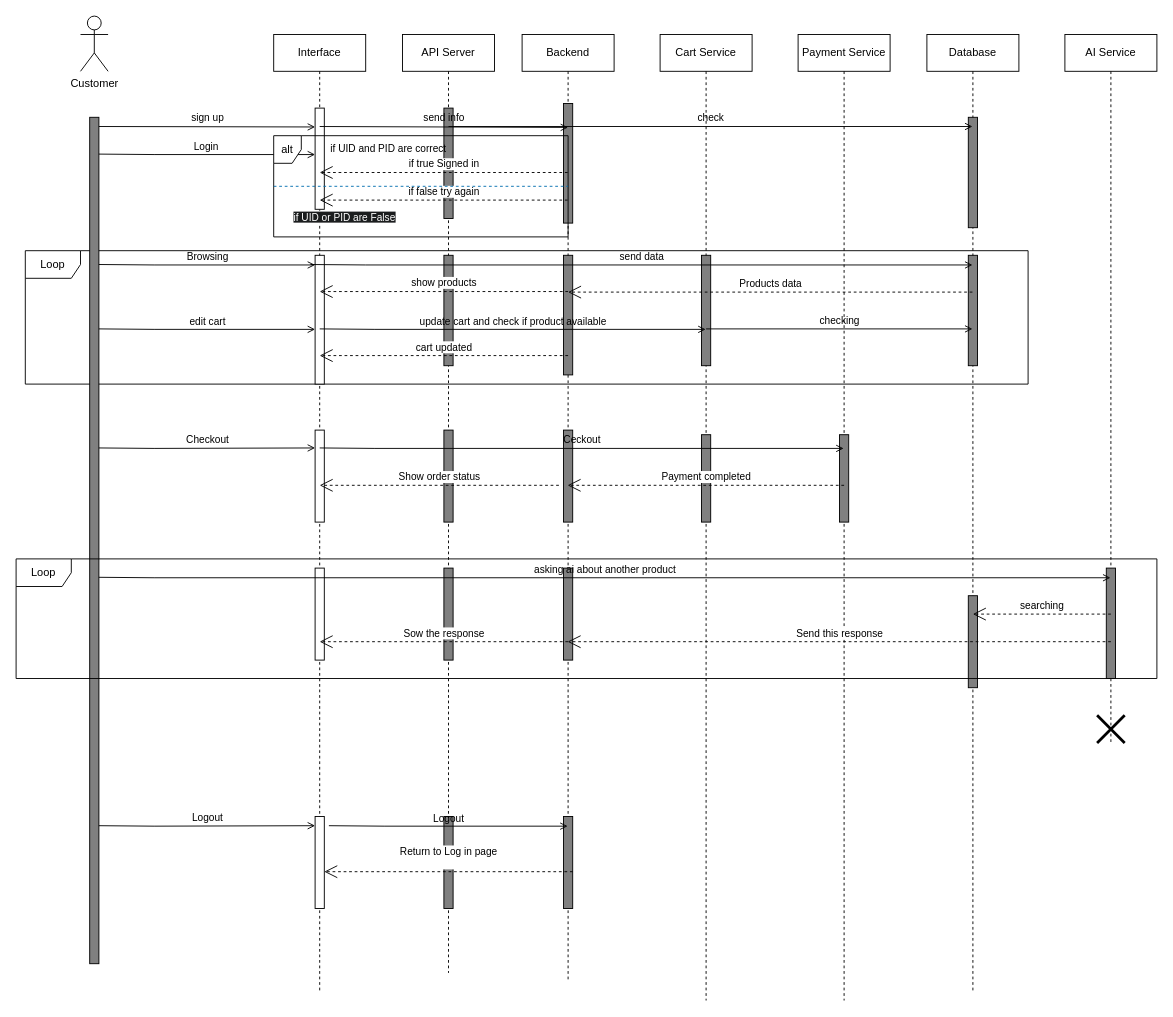
Before: page "Sequence diagram" (3 of 3) of AI-Powered Web Store (3 pages) .drawio in Mohamed23143/Ai-ecommerce-graduation-project, a draw.io diagram. Source tidied: cells renumbered, new cells numbered last; positions are measured from the earlier drawing's top-left corner, leaving out a move shared by most shapes. Both pictures are drawn from the tidied source at 92%, with x=0, y=0 at pixel (16, 16).
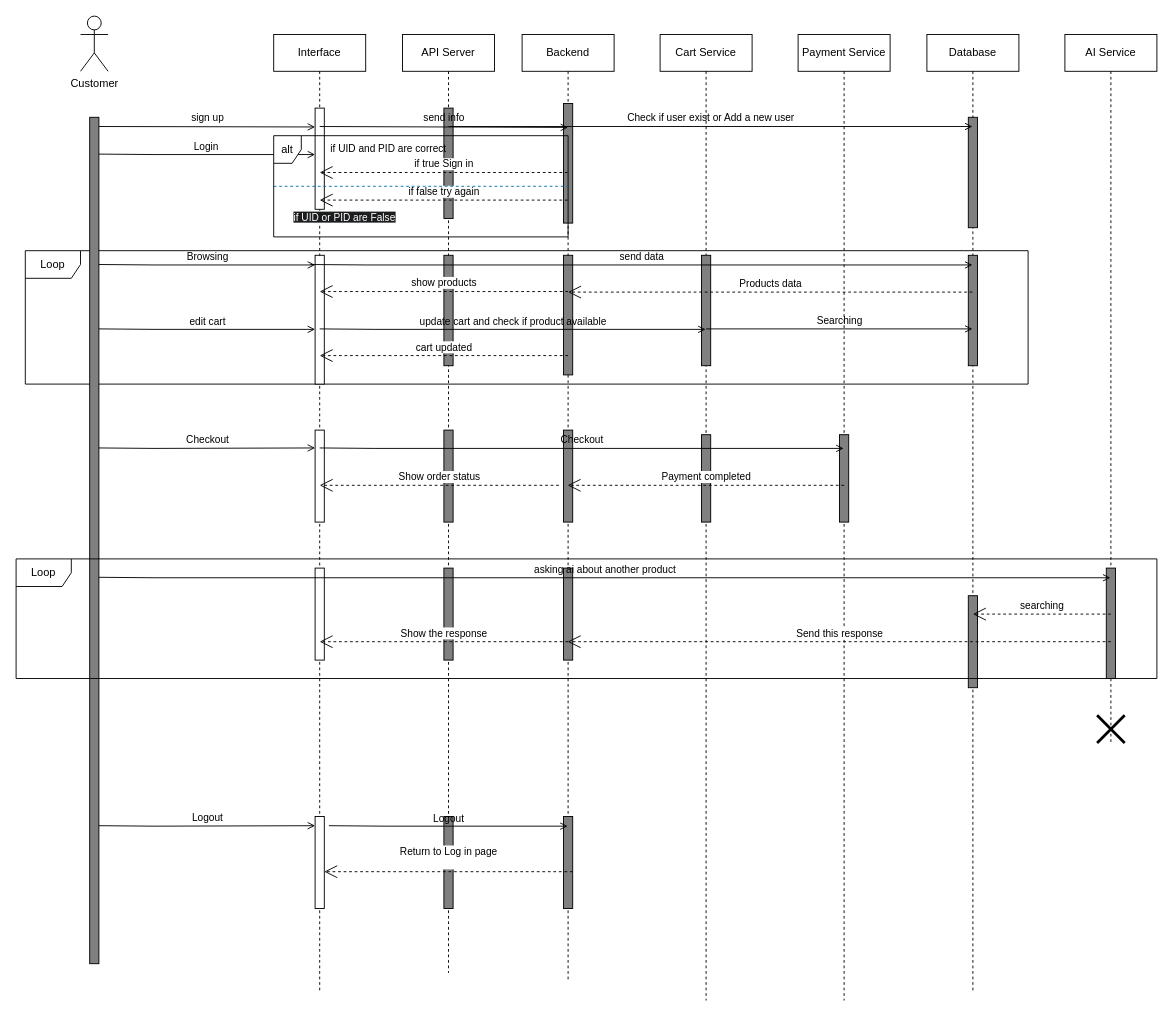
Above is the later version.

The change refers to these unchanged cells:
```xml
<mxCell id="20" value="Payment Service " style="shape=umlLifeline;perimeter=lifelinePerimeter;whiteSpace=wrap;html=1;outlineConnect=0;portConstraint=eastwest;newEdgeStyle={&quot;edgeStyle&quot;:&quot;elbowEdgeStyle&quot;,&quot;elbow&quot;:&quot;vertical&quot;,&quot;curved&quot;:0,&quot;rounded&quot;:0};" parent="1" vertex="1">
  <mxGeometry x="850" y="20" width="100" height="1050" as="geometry" />
</mxCell>
<mxCell id="22" value="Database         " style="shape=umlLifeline;perimeter=lifelinePerimeter;whiteSpace=wrap;html=1;outlineConnect=0;portConstraint=eastwest;newEdgeStyle={&quot;edgeStyle&quot;:&quot;elbowEdgeStyle&quot;,&quot;elbow&quot;:&quot;vertical&quot;,&quot;curved&quot;:0,&quot;rounded&quot;:0};" parent="1" vertex="1">
  <mxGeometry x="990" y="20" width="100" height="1040" as="geometry" />
</mxCell>
<mxCell id="30" value="Backend" style="shape=umlLifeline;perimeter=lifelinePerimeter;whiteSpace=wrap;html=1;outlineConnect=0;portConstraint=eastwest;newEdgeStyle={&quot;edgeStyle&quot;:&quot;elbowEdgeStyle&quot;,&quot;elbow&quot;:&quot;vertical&quot;,&quot;curved&quot;:0,&quot;rounded&quot;:0};" parent="1" vertex="1">
  <mxGeometry x="550" y="20" width="100" height="1030" as="geometry" />
</mxCell>
```

The edit, as a diff of the source:
```diff
@@
-    <mxCell id="37" value="check" style="html=1;verticalAlign=bottom;labelBackgroundColor=none;endArrow=open;endFill=0;rounded=0;" parent="1" edge="1" target="22">
+    <mxCell id="37" value="Check if user exist or Add a new user" style="html=1;verticalAlign=bottom;labelBackgroundColor=none;endArrow=open;endFill=0;rounded=0;" parent="1" edge="1" target="22">
       <mxGeometry relative="1" as="geometry">
         <mxPoint x="470" y="120" as="sourcePoint" />
       </mxGeometry>
     </mxCell>
-    <mxCell id="38" value="if true Signed in" style="edgeStyle=none;html=1;endArrow=open;endSize=12;dashed=1;verticalAlign=bottom;rounded=0;" parent="1" edge="1" source="30">
+    <mxCell id="38" value="if true Sign in" style="edgeStyle=none;html=1;endArrow=open;endSize=12;dashed=1;verticalAlign=bottom;rounded=0;" parent="1" edge="1" source="30">
       <mxGeometry relative="1" as="geometry">
         <mxPoint x="330" y="170" as="targetPoint" />
       </mxGeometry>
     </mxCell>
@@
-    <mxCell id="43" value="checking" style="html=1;verticalAlign=bottom;labelBackgroundColor=none;endArrow=open;endFill=0;rounded=0;" parent="1" edge="1" target="22">
+    <mxCell id="43" value="Searching" style="html=1;verticalAlign=bottom;labelBackgroundColor=none;endArrow=open;endFill=0;rounded=0;" parent="1" edge="1" target="22">
       <mxGeometry relative="1" as="geometry">
         <mxPoint x="750" y="340" as="sourcePoint" />
       </mxGeometry>
     </mxCell>
@@
-    <mxCell id="50" value="Ceckout" style="html=1;verticalAlign=bottom;labelBackgroundColor=none;endArrow=open;endFill=0;rounded=0;" parent="1" edge="1" target="20">
+    <mxCell id="50" value="Checkout" style="html=1;verticalAlign=bottom;labelBackgroundColor=none;endArrow=open;endFill=0;rounded=0;" parent="1" edge="1" target="20">
       <mxGeometry relative="1" as="geometry">
         <mxPoint x="330" y="469.4" as="sourcePoint" />
         <Array as="points">
           <mxPoint x="390" y="469.9" />
         </Array>
       </mxGeometry>
     </mxCell>
@@
-    <mxCell id="56" value="Sow the response" style="edgeStyle=none;html=1;endArrow=open;endSize=12;dashed=1;verticalAlign=bottom;rounded=0;" parent="1" edge="1">
+    <mxCell id="56" value="Show the response" style="edgeStyle=none;html=1;endArrow=open;endSize=12;dashed=1;verticalAlign=bottom;rounded=0;" parent="1" edge="1">
       <mxGeometry relative="1" as="geometry">
         <mxPoint x="600" y="680" as="sourcePoint" />
         <mxPoint x="330" y="680" as="targetPoint" />
       </mxGeometry>
     </mxCell>
```
